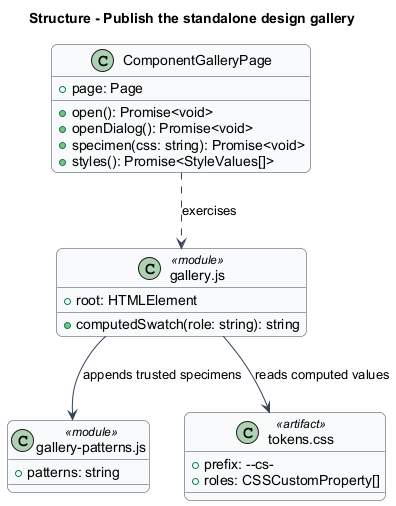
The PlantUML diagram docs/detailed-designs/design-system/publish-gallery/diagrams/classes.png in QuinntyneBrown/faithtech-toronto-ai-build-event, before a commit. Its diagram source:
```plantuml
@startuml
skinparam backgroundColor #FFFFFF
skinparam shadowing false
skinparam roundcorner 12
skinparam defaultFontName Arial
skinparam ArrowColor #344054
skinparam classBackgroundColor #F9FAFB
skinparam classBorderColor #344054
skinparam sequenceMessageAlign center
skinparam maxMessageSize 180
title Structure - Publish the standalone design gallery
class "gallery.js" as Gallery <<module>> {
  +root: HTMLElement
  +computedSwatch(role: string): string
}
class "gallery-patterns.js" as Patterns <<module>> {
  +patterns: string
}
class "tokens.css" as Tokens <<artifact>> {
  +prefix: --cs-
  +roles: CSSCustomProperty[]
}
class ComponentGalleryPage {
  +page: Page
  +open(): Promise<void>
  +openDialog(): Promise<void>
  +specimen(css: string): Promise<void>
  +styles(): Promise<StyleValues[]>
}
Gallery --> Patterns : appends trusted specimens
Gallery --> Tokens : reads computed values
ComponentGalleryPage ..> Gallery : exercises

@enduml
```
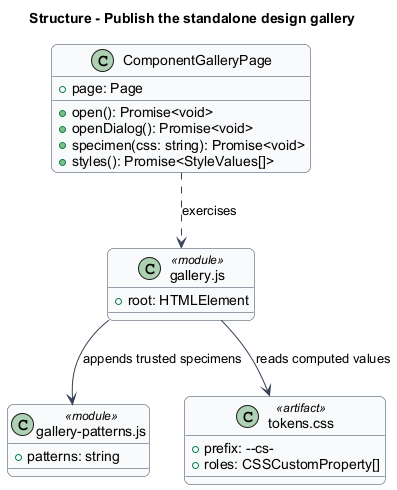
After the commit.

Change to the diagram source:
```diff
@@ -11,7 +11,6 @@
 title Structure - Publish the standalone design gallery
 class "gallery.js" as Gallery <<module>> {
   +root: HTMLElement
-  +computedSwatch(role: string): string
 }
 class "gallery-patterns.js" as Patterns <<module>> {
   +patterns: string
```
